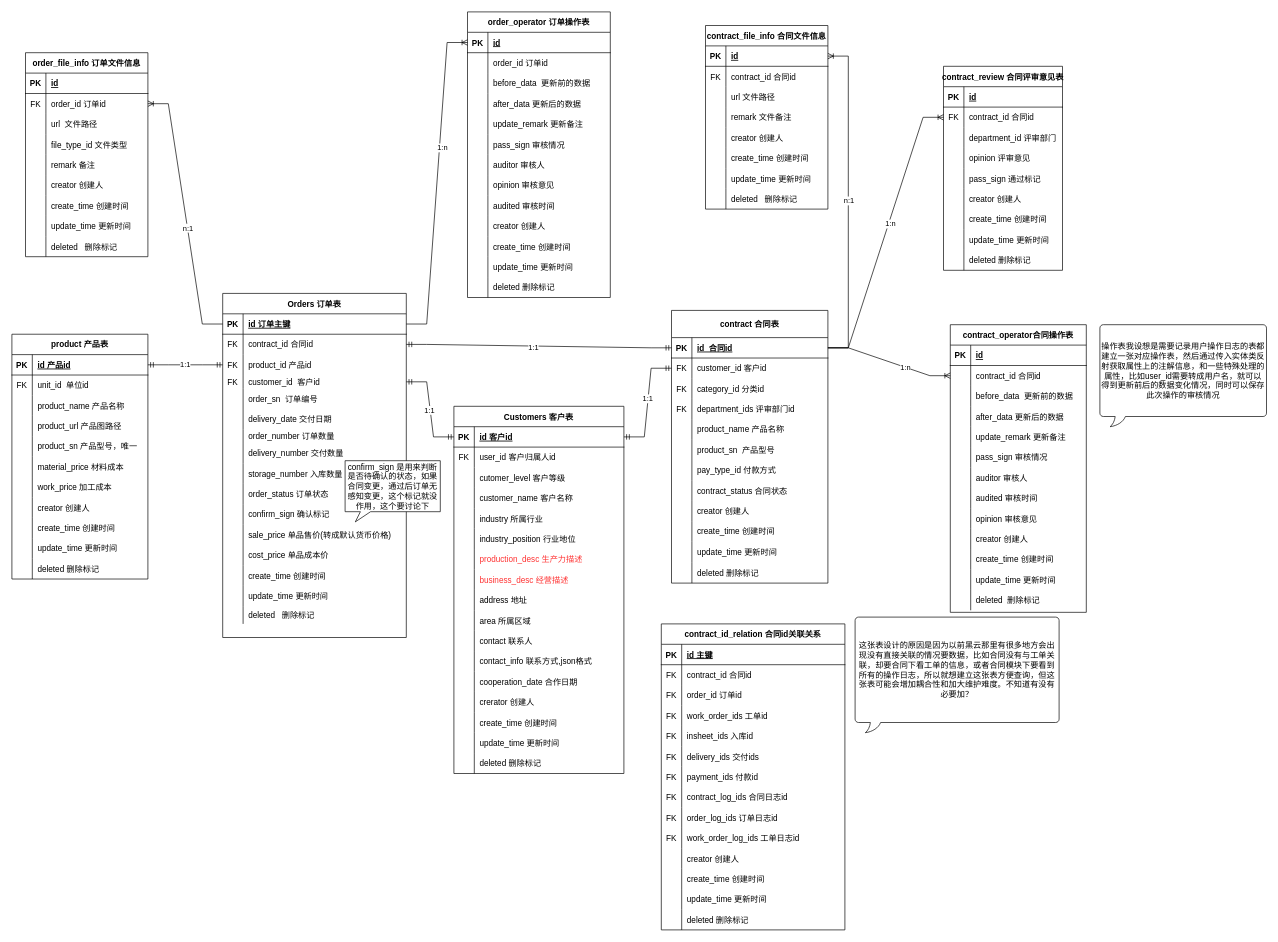
Jorwe/UML keeps this draw.io diagram as OMS_ER.drawio. Above is the earlier version. Source tidied: cells renumbered, new cells numbered last; positions are measured from the earlier drawing's top-left corner, leaving out a move shared by most shapes. Both pictures are drawn from the tidied source at 68%, with x=0, y=0 at pixel (12, 12).
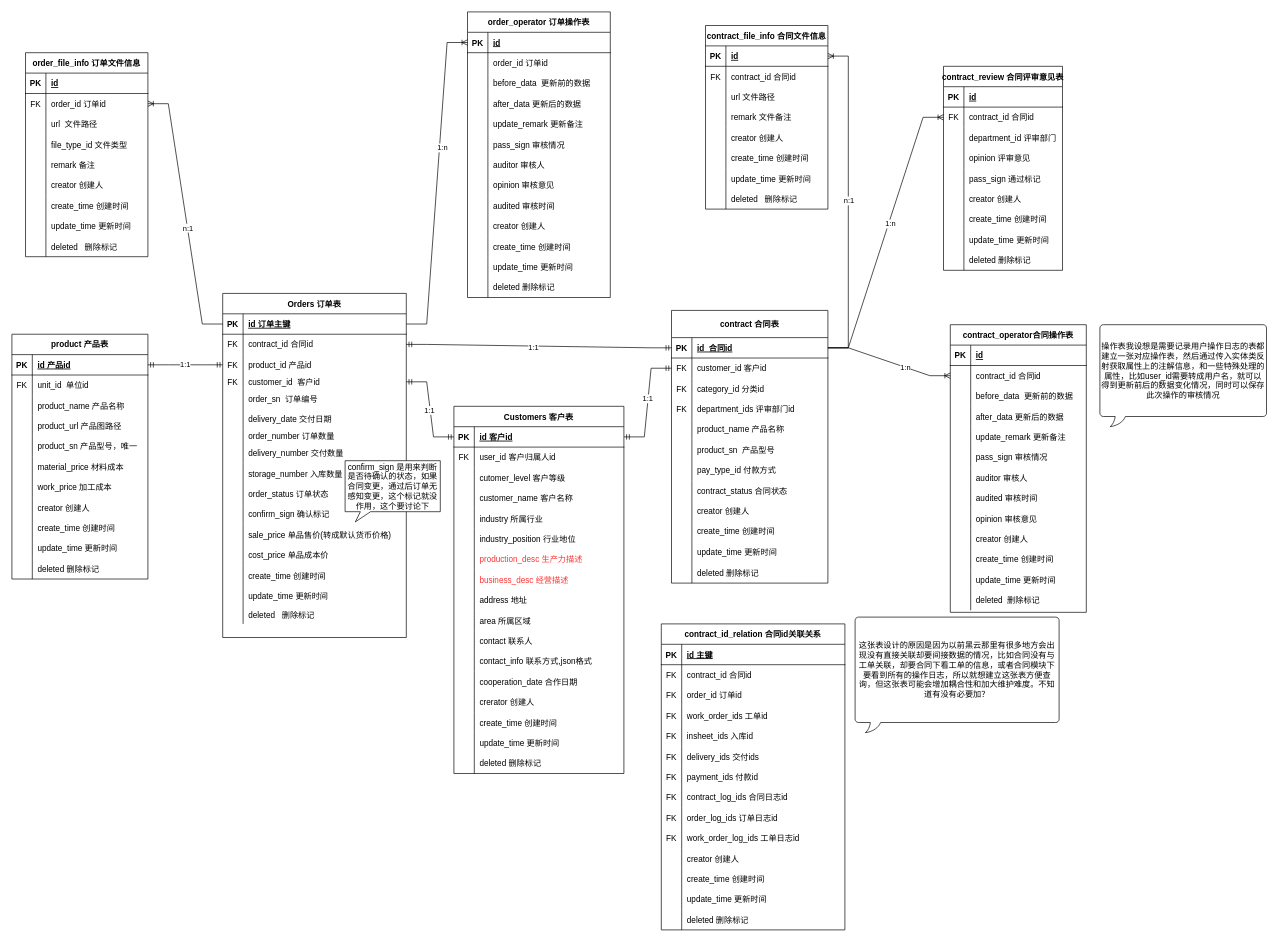
After the change.

Change to the diagram source:
```diff
@@
-    <mxCell id="370" value="这张表设计的原因是因为以前黑云那里有很多地方会出现没有直接关联的情况要数据，比如合同没有与工单关联，却要合同下看工单的信息，或者合同模块下要看到所有的操作日志，所以就想建立这张表方便查询，但这张表可能会增加耦合性和加大维护难度。不知道有没有必要加？" style="whiteSpace=wrap;html=1;shape=mxgraph.basic.roundRectCallout;dx=30;dy=15;size=5;boundedLbl=1;" parent="1" vertex="1">
+    <mxCell id="370" value="这张表设计的原因是因为以前黑云那里有很多地方会出现没有直接关联却要间接数据的情况，比如合同没有与工单关联，却要合同下看工单的信息，或者合同模块下要看到所有的操作日志，所以就想建立这张表方便查询，但这张表可能会增加耦合性和加大维护难度。不知道有没有必要加？" style="whiteSpace=wrap;html=1;shape=mxgraph.basic.roundRectCallout;dx=30;dy=15;size=5;boundedLbl=1;" parent="1" vertex="1">
       <mxGeometry x="1240" y="890" width="300" height="170" as="geometry" />
     </mxCell>
```
